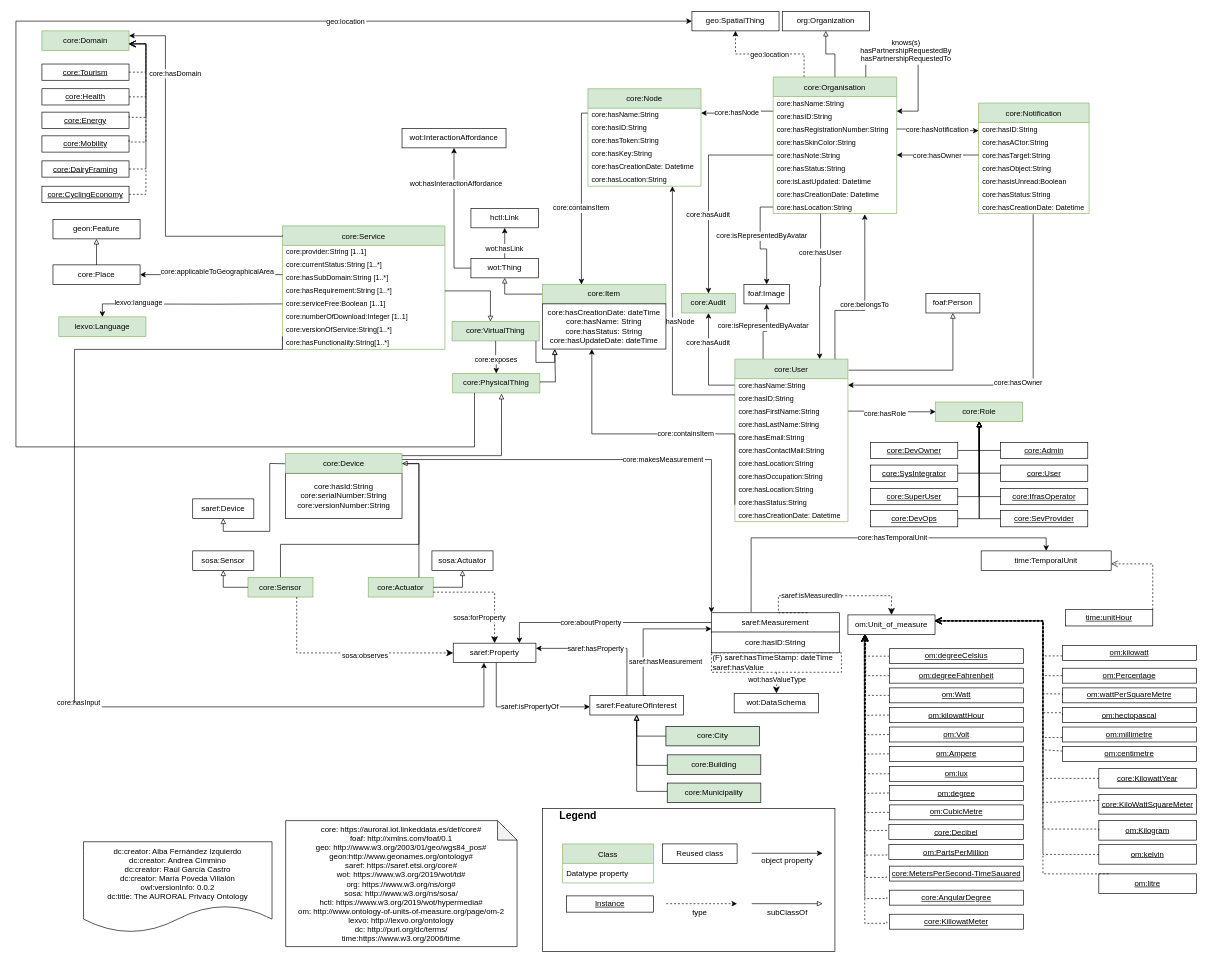
Before: page "V2" (1 of 2) of diagrams/core.drawio in oeg-upm/auroral-core-ontology, a draw.io diagram. Source tidied: cells renumbered, new cells numbered last; positions are measured from the earlier drawing's top-left corner, leaving out a move shared by most shapes. Both pictures are drawn from the tidied source at 65%, with x=0, y=0 at pixel (16, 11).
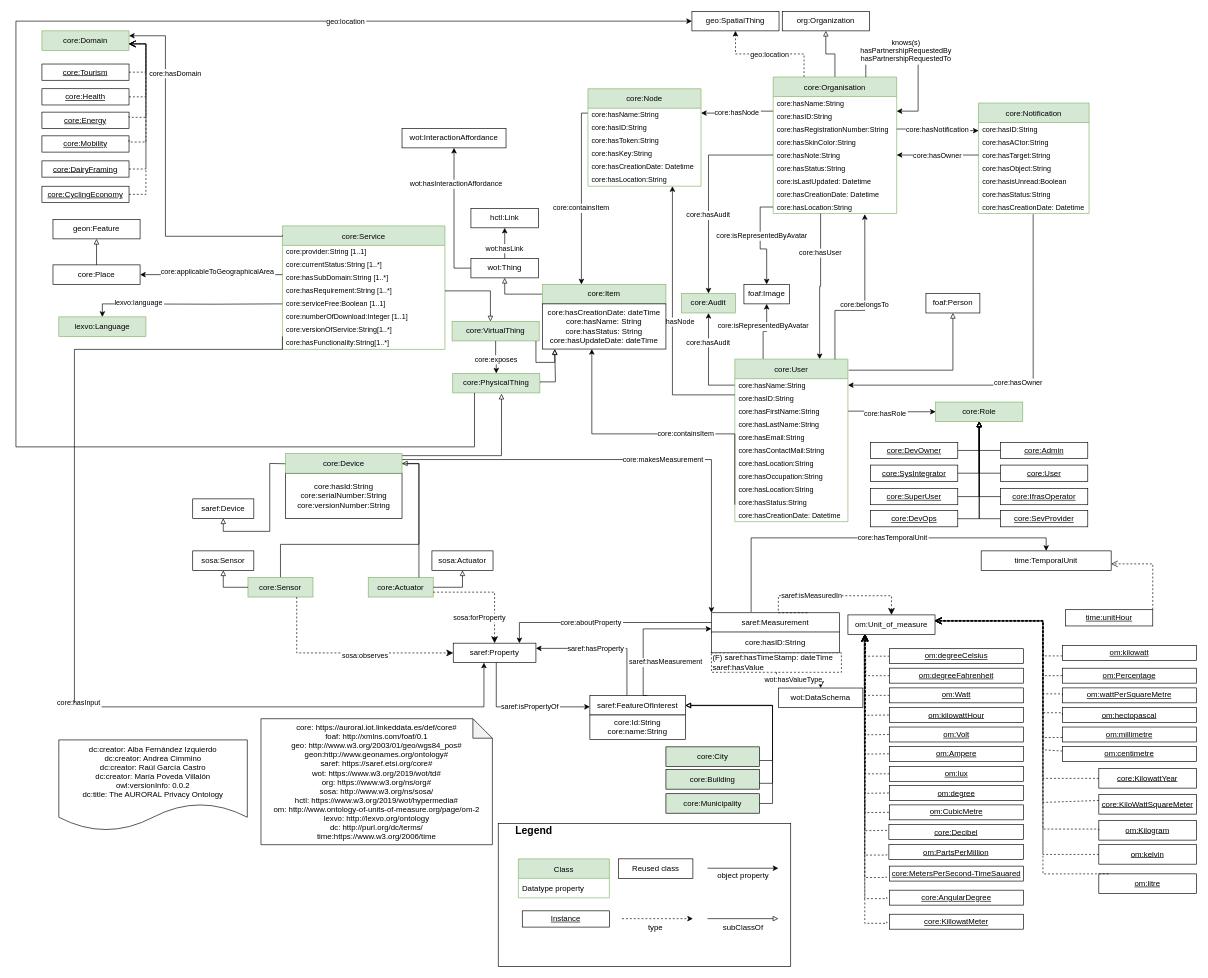
The same page after the edit.

What changed in the source:
```diff
@@
     <mxCell id="4" value="dc:creator: Alba Fernández Izquierdo&#10;dc:creator: Andrea Cimmino&#10;dc:creator: Raúl García Castro&#10;dc:creator: María Poveda Villalón&#10;owl:versionInfo: 0.0.2&#10;dc:title: The AURORAL Privacy Ontology" style="shape=document;boundedLbl=1;" parent="1" vertex="1">
-      <mxGeometry x="104" y="1277.5" width="290" height="140" as="geometry" />
+      <mxGeometry x="66" y="1120.8" width="290" height="140" as="geometry" />
     </mxCell>
     <mxCell id="5" value="core: https://auroral.iot.linkeddata.es/def/core#&#10;foaf: http://xmlns.com/foaf/0.1&#10;geo: http://www.w3.org/2003/01/geo/wgs84_pos#&#10;geon:http://www.geonames.org/ontology#&#10;saref: https://saref.etsi.org/core#&#10;wot: https://www.w3.org/2019/wot/td#&#10;org: https://www.w3.org/ns/org#&#10;sosa: http://www.w3.org/ns/sosa/&#10;hctl: https://www.w3.org/2019/wot/hypermedia#&#10;om: http://www.ontology-of-units-of-measure.org/page/om-2&#10;lexvo: http://lexvo.org/ontology&#10;dc: http://purl.org/dc/terms/&#10;time:https://www.w3.org/2006/time" style="shape=note;backgroundOutline=1;darkOpacity=0.05;" parent="1" vertex="1">
-      <mxGeometry x="415" y="1245" width="356" height="193.8" as="geometry" />
+      <mxGeometry x="377" y="1088.2" width="356" height="193.8" as="geometry" />
     </mxCell>
@@
     <mxCell id="94" style="rounded=0;whiteSpace=wrap;html=1;" parent="1" vertex="1">
-      <mxGeometry x="810" y="1226.2" width="450" height="220" as="geometry" />
+      <mxGeometry x="742" y="1249.2" width="450" height="220" as="geometry" />
     </mxCell>
     <mxCell id="95" value="Legend" style="text;strokeColor=none;fillColor=none;align=center;verticalAlign=middle;rounded=0;fontStyle=1;fontSize=16;" parent="1" vertex="1">
-      <mxGeometry x="835" y="1220.8" width="60" height="30" as="geometry" />
+      <mxGeometry x="767" y="1243.8" width="60" height="30" as="geometry" />
     </mxCell>
     <mxCell id="96" value="Class" style="swimlane;fontStyle=0;horizontal=1;startSize=30;fillColor=#d5e8d4;strokeColor=#82b366;" parent="1" vertex="1">
-      <mxGeometry x="841" y="1280.8" width="140" height="60" as="geometry" />
+      <mxGeometry x="773" y="1303.8" width="140" height="60" as="geometry" />
     </mxCell>
@@
     <mxCell id="98" value="&lt;u&gt;Instance&lt;/u&gt;" style="rounded=0;whiteSpace=wrap;html=1;" parent="1" vertex="1">
-      <mxGeometry x="847" y="1360.8" width="134" height="25" as="geometry" />
+      <mxGeometry x="779" y="1383.8" width="134" height="25" as="geometry" />
     </mxCell>
     <mxCell id="99" value="Reused class" style="rounded=0;whiteSpace=wrap;html=1;" parent="1" vertex="1">
-      <mxGeometry x="995" y="1280.8" width="114.5" height="30" as="geometry" />
+      <mxGeometry x="927" y="1303.8" width="114.5" height="30" as="geometry" />
     </mxCell>
     <mxCell id="100" style="edgeStyle=orthogonalEdgeStyle;rounded=0;orthogonalLoop=1;jettySize=auto;html=1;endArrow=classic;endFill=1;dashed=1;" parent="1" edge="1">
       <mxGeometry relative="1" as="geometry">
-        <mxPoint x="1000.5" y="1372.8" as="sourcePoint" />
-        <mxPoint x="1109.5" y="1372.8" as="targetPoint" />
+        <mxPoint x="932.5" y="1395.8" as="sourcePoint" />
+        <mxPoint x="1041.5" y="1395.8" as="targetPoint" />
         <Array as="points">
-          <mxPoint x="1000.5" y="1372.8" />
+          <mxPoint x="932.5" y="1395.8" />
         </Array>
       </mxGeometry>
     </mxCell>
     <mxCell id="101" style="edgeStyle=orthogonalEdgeStyle;rounded=0;orthogonalLoop=1;jettySize=auto;html=1;endArrow=classic;endFill=1;" parent="1" edge="1">
       <mxGeometry relative="1" as="geometry">
-        <mxPoint x="1132" y="1295.2" as="sourcePoint" />
-        <mxPoint x="1241" y="1295.2" as="targetPoint" />
+        <mxPoint x="1064" y="1318.2" as="sourcePoint" />
+        <mxPoint x="1173" y="1318.2" as="targetPoint" />
         <Array as="points">
-          <mxPoint x="1132" y="1295.2" />
+          <mxPoint x="1064" y="1318.2" />
         </Array>
       </mxGeometry>
     </mxCell>
     <mxCell id="102" style="edgeStyle=orthogonalEdgeStyle;rounded=0;orthogonalLoop=1;jettySize=auto;html=1;endArrow=block;endFill=0;" parent="1" edge="1">
       <mxGeometry relative="1" as="geometry">
-        <mxPoint x="1132" y="1372.8" as="sourcePoint" />
-        <mxPoint x="1241" y="1372.8" as="targetPoint" />
+        <mxPoint x="1064" y="1395.8" as="sourcePoint" />
+        <mxPoint x="1173" y="1395.8" as="targetPoint" />
         <Array as="points">
-          <mxPoint x="1132" y="1372.8" />
+          <mxPoint x="1064" y="1395.8" />
         </Array>
       </mxGeometry>
     </mxCell>
     <mxCell id="103" value="type" style="text;strokeColor=none;fillColor=none;align=center;verticalAlign=middle;rounded=0;" parent="1" vertex="1">
-      <mxGeometry x="1022.2" y="1370.8" width="60" height="30" as="geometry" />
+      <mxGeometry x="954.2" y="1393.8" width="60" height="30" as="geometry" />
     </mxCell>
     <mxCell id="104" value="object property" style="text;strokeColor=none;fillColor=none;align=center;verticalAlign=middle;rounded=0;" parent="1" vertex="1">
-      <mxGeometry x="1132" y="1290.8" width="110" height="30" as="geometry" />
+      <mxGeometry x="1064" y="1313.8" width="110" height="30" as="geometry" />
     </mxCell>
     <mxCell id="105" value="subClassOf" style="text;strokeColor=none;fillColor=none;align=center;verticalAlign=middle;rounded=0;" parent="1" vertex="1">
-      <mxGeometry x="1132" y="1370.8" width="110" height="30" as="geometry" />
+      <mxGeometry x="1064" y="1393.8" width="110" height="30" as="geometry" />
     </mxCell>
@@
     <mxCell id="124" value="wot:DataSchema" style="rounded=0;whiteSpace=wrap;html=1;" parent="1" vertex="1">
-      <mxGeometry x="1105" y="1049.2" width="130" height="30" as="geometry" />
+      <mxGeometry x="1173" y="1041" width="130" height="30" as="geometry" />
     </mxCell>
@@
     <mxCell id="178" value="saref:FeatureOfInterest" style="rounded=0;whiteSpace=wrap;html=1;points=[[0.1,0],[0.2,0],[0.3,0],[0.4,0],[0.5,0],[0.6,0],[0.7,0],[0.8,0],[0.9,0],[0,0.1],[0,0.3],[0,0.5],[0,0.7],[0,0.9],[0.1,1],[0.2,1],[0.3,1],[0.4,1],[0.5,1],[0.6,1],[0.7,1],[0.8,1],[0.9,1],[1,0.1],[1,0.3],[1,0.5],[1,0.7],[1,0.9]];" parent="1" vertex="1">
-      <mxGeometry x="883" y="1052.5" width="144" height="30" as="geometry" />
+      <mxGeometry x="883" y="1052.5" width="147" height="30" as="geometry" />
     </mxCell>
@@
     <mxCell id="205" value="core:City" style="rounded=0;whiteSpace=wrap;html=1;points=[[0.1,0],[0.2,0],[0.3,0],[0.4,0],[0.5,0],[0.6,0],[0.7,0],[0.8,0],[0.9,0],[0,0.1],[0,0.3],[0,0.5],[0,0.7],[0,0.9],[0.1,1],[0.2,1],[0.3,1],[0.4,1],[0.5,1],[0.6,1],[0.7,1],[0.8,1],[0.9,1],[1,0.1],[1,0.3],[1,0.5],[1,0.7],[1,0.9]];fillColor=#D5E8D4;" parent="1" vertex="1">
-      <mxGeometry x="1000" y="1100" width="144" height="30" as="geometry" />
+      <mxGeometry x="1000" y="1131.5" width="144" height="30" as="geometry" />
     </mxCell>
     <mxCell id="206" value="core:Building" style="rounded=0;whiteSpace=wrap;html=1;points=[[0.1,0],[0.2,0],[0.3,0],[0.4,0],[0.5,0],[0.6,0],[0.7,0],[0.8,0],[0.9,0],[0,0.1],[0,0.3],[0,0.5],[0,0.7],[0,0.9],[0.1,1],[0.2,1],[0.3,1],[0.4,1],[0.5,1],[0.6,1],[0.7,1],[0.8,1],[0.9,1],[1,0.1],[1,0.3],[1,0.5],[1,0.7],[1,0.9]];fillColor=#D5E8D4;" parent="1" vertex="1">
-      <mxGeometry x="1002" y="1143.8" width="144" height="30" as="geometry" />
+      <mxGeometry x="1000" y="1166.6" width="144" height="30" as="geometry" />
     </mxCell>
     <mxCell id="207" value="core:Municipality" style="rounded=0;whiteSpace=wrap;html=1;points=[[0.1,0],[0.2,0],[0.3,0],[0.4,0],[0.5,0],[0.6,0],[0.7,0],[0.8,0],[0.9,0],[0,0.1],[0,0.3],[0,0.5],[0,0.7],[0,0.9],[0.1,1],[0.2,1],[0.3,1],[0.4,1],[0.5,1],[0.6,1],[0.7,1],[0.8,1],[0.9,1],[1,0.1],[1,0.3],[1,0.5],[1,0.7],[1,0.9]];fillColor=#D5E8D4;" parent="1" vertex="1">
-      <mxGeometry x="1002" y="1187.2" width="144" height="30" as="geometry" />
+      <mxGeometry x="1000" y="1203.6" width="144" height="30" as="geometry" />
     </mxCell>
-    <mxCell id="208" style="edgeStyle=orthogonalEdgeStyle;rounded=0;jettySize=auto;html=1;exitX=0;exitY=0.5;exitDx=0;exitDy=0;fontSize=11;endArrow=block;endFill=0;" parent="1" edge="1" source="205" target="178">
-      <mxGeometry relative="1" as="geometry" />
-    </mxCell>
-    <mxCell id="209" style="edgeStyle=orthogonalEdgeStyle;rounded=0;jettySize=auto;html=1;fontSize=11;endArrow=block;endFill=0;entryX=0.5;entryY=1;entryDx=0;entryDy=0;" parent="1" edge="1" source="206" target="178">
-      <mxGeometry relative="1" as="geometry">
-        <Array as="points">
-          <mxPoint x="955" y="1160" />
-        </Array>
-      </mxGeometry>
-    </mxCell>
-    <mxCell id="210" style="edgeStyle=orthogonalEdgeStyle;rounded=0;jettySize=auto;html=1;fontSize=11;endArrow=block;endFill=0;" parent="1" edge="1" source="207" target="178">
-      <mxGeometry relative="1" as="geometry">
-        <Array as="points">
-          <mxPoint x="955" y="1200" />
-        </Array>
-      </mxGeometry>
-    </mxCell>
@@
+    <mxCell id="237" value="core:Id:String&lt;br&gt;core:name:String" style="rounded=0;whiteSpace=wrap;html=1;" parent="1" vertex="1">
+      <mxGeometry x="883" y="1082.5" width="147" height="37.5" as="geometry" />
+    </mxCell>
+    <mxCell id="208" style="edgeStyle=orthogonalEdgeStyle;rounded=0;jettySize=auto;html=1;entryX=1;entryY=0.5;entryDx=0;entryDy=0;fontSize=11;endArrow=block;endFill=0;exitX=1;exitY=0.7;exitDx=0;exitDy=0;" parent="1" edge="1" source="205" target="178">
+      <mxGeometry relative="1" as="geometry" />
+    </mxCell>
+    <mxCell id="209" style="edgeStyle=orthogonalEdgeStyle;rounded=0;jettySize=auto;html=1;fontSize=11;endArrow=block;endFill=0;exitX=1;exitY=0.7;exitDx=0;exitDy=0;" parent="1" edge="1" source="206" target="178">
+      <mxGeometry relative="1" as="geometry">
+        <Array as="points">
+          <mxPoint x="1164" y="1188" />
+          <mxPoint x="1164" y="1068" />
+        </Array>
+      </mxGeometry>
+    </mxCell>
+    <mxCell id="210" style="edgeStyle=orthogonalEdgeStyle;rounded=0;jettySize=auto;html=1;fontSize=11;endArrow=block;endFill=0;exitX=1;exitY=0.5;exitDx=0;exitDy=0;" parent="1" edge="1" source="207" target="178">
+      <mxGeometry relative="1" as="geometry">
+        <Array as="points">
+          <mxPoint x="1164" y="1219" />
+          <mxPoint x="1164" y="1068" />
+        </Array>
+      </mxGeometry>
+    </mxCell>
```
